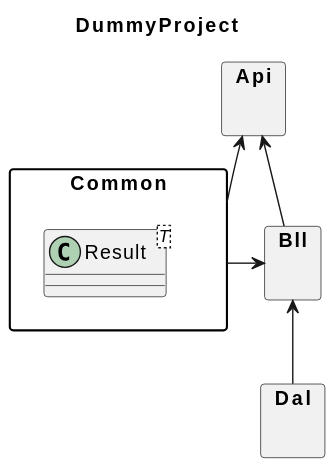
jcreach/Talk-TestAndCodeReview keeps this PlantUML diagram as src/slides/assets/img/DummyProject-overview-cd-1.svg. Above is the earlier version. Source of this version:
```plantuml
@startuml
skinparam packageStyle rectangle
title DummyProject
Common -up-> Api
Common -right-> Bll
Bll -up-> Api
Bll <-down- Dal

package Api {}
package Bll {}
package Dal {}
package Common {
    class Result<T>
}
@enduml
```
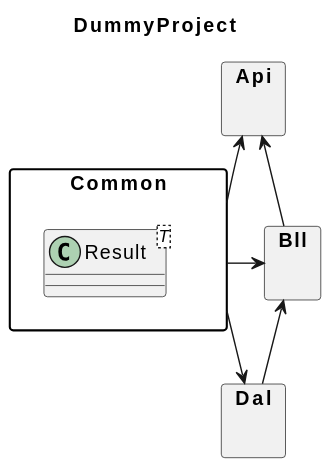
After the commit.

The edit, as a diff of the source:
```diff
@@ -3,6 +3,7 @@
 title DummyProject
 Common -up-> Api
 Common -right-> Bll
+Common --> Dal
 Bll -up-> Api
 Bll <-down- Dal
 
```
